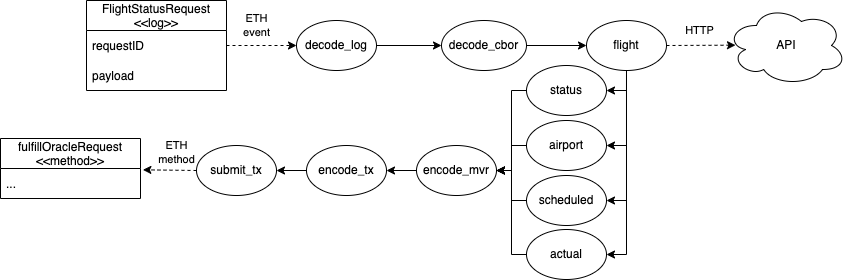
Before: assets/images/chainlink-oracle/oracle-job.png, a diagram exported from draw.io (sgerogia/sgerogia.github.io). Source tidied: cells renumbered, new cells last; positions are measured from the earlier drawing's top-left corner, leaving out a move shared by most shapes. The source it was exported from:
```xml
<mxGraphModel>
  <root>
    <mxCell id="0" />
    <mxCell id="1" parent="0" />
    <mxCell id="2" value="FlightStatusRequest&#10;&lt;&lt;log&gt;&gt;" style="swimlane;fontStyle=0;horizontal=1;startSize=30;" parent="1" vertex="1">
      <mxGeometry x="86" width="140" height="90" as="geometry" />
    </mxCell>
    <mxCell id="3" value="requestID" style="text;strokeColor=none;fillColor=none;align=left;verticalAlign=middle;spacingLeft=4;spacingRight=4;overflow=hidden;points=[[0,0.5],[1,0.5]];portConstraint=eastwest;" parent="2" vertex="1">
      <mxGeometry y="30" width="140" height="30" as="geometry" />
    </mxCell>
    <mxCell id="4" value="payload" style="text;strokeColor=none;fillColor=none;align=left;verticalAlign=middle;spacingLeft=4;spacingRight=4;overflow=hidden;" parent="2" vertex="1">
      <mxGeometry y="60" width="140" height="30" as="geometry" />
    </mxCell>
    <mxCell id="5" value="decode_log" style="ellipse;whiteSpace=wrap;html=1;" parent="1" vertex="1">
      <mxGeometry x="296" y="20" width="80" height="50" as="geometry" />
    </mxCell>
    <mxCell id="6" style="endArrow=classic;html=1;rounded=0;exitX=1;exitY=0.5;exitDx=0;exitDy=0;entryX=0;entryY=0.5;entryDx=0;entryDy=0;dashed=1;" parent="1" edge="1" source="3" target="5">
      <mxGeometry relative="1" as="geometry" />
    </mxCell>
    <mxCell id="7" value="ETH&lt;br&gt;event" style="edgeLabel;html=1;align=center;verticalAlign=middle;" parent="6" vertex="1">
      <mxGeometry x="-0.19" y="1" relative="1" as="geometry">
        <mxPoint x="2" y="-19" as="offset" />
      </mxGeometry>
    </mxCell>
    <mxCell id="8" value="decode_cbor" style="ellipse;whiteSpace=wrap;html=1;" parent="1" vertex="1">
      <mxGeometry x="441" y="20" width="85" height="50" as="geometry" />
    </mxCell>
    <mxCell id="9" value="flight" style="ellipse;whiteSpace=wrap;html=1;" parent="1" vertex="1">
      <mxGeometry x="586" y="20" width="80" height="50" as="geometry" />
    </mxCell>
    <mxCell id="10" style="endArrow=classic;html=1;rounded=0;entryX=0;entryY=0.5;entryDx=0;entryDy=0;exitX=1;exitY=0.5;exitDx=0;exitDy=0;" parent="1" edge="1" source="5" target="8">
      <mxGeometry relative="1" as="geometry" />
    </mxCell>
    <mxCell id="11" style="endArrow=classic;html=1;rounded=0;entryX=0;entryY=0.5;entryDx=0;entryDy=0;exitX=1;exitY=0.5;exitDx=0;exitDy=0;" parent="1" edge="1" source="8" target="9">
      <mxGeometry relative="1" as="geometry" />
    </mxCell>
    <mxCell id="12" value="API" style="ellipse;shape=cloud;whiteSpace=wrap;html=1;" parent="1" vertex="1">
      <mxGeometry x="726" y="5" width="120" height="80" as="geometry" />
    </mxCell>
    <mxCell id="13" style="endArrow=classic;html=1;rounded=0;entryX=0.075;entryY=0.496;entryDx=0;entryDy=0;entryPerimeter=0;exitX=1;exitY=0.5;exitDx=0;exitDy=0;dashed=1;" parent="1" edge="1" source="9" target="12">
      <mxGeometry relative="1" as="geometry" />
    </mxCell>
    <mxCell id="14" value="HTTP" style="edgeLabel;html=1;align=center;verticalAlign=middle;" parent="13" vertex="1">
      <mxGeometry x="-0.06" relative="1" as="geometry">
        <mxPoint y="-15" as="offset" />
      </mxGeometry>
    </mxCell>
    <mxCell id="15" value="status" style="ellipse;whiteSpace=wrap;html=1;" parent="1" vertex="1">
      <mxGeometry x="526" y="65" width="80" height="50" as="geometry" />
    </mxCell>
    <mxCell id="16" value="airport" style="ellipse;whiteSpace=wrap;html=1;" parent="1" vertex="1">
      <mxGeometry x="526" y="120" width="80" height="50" as="geometry" />
    </mxCell>
    <mxCell id="17" value="scheduled" style="ellipse;whiteSpace=wrap;html=1;" parent="1" vertex="1">
      <mxGeometry x="526" y="175" width="80" height="50" as="geometry" />
    </mxCell>
    <mxCell id="18" value="actual" style="ellipse;whiteSpace=wrap;html=1;" parent="1" vertex="1">
      <mxGeometry x="526" y="229" width="80" height="50" as="geometry" />
    </mxCell>
    <mxCell id="19" style="endArrow=classic;html=1;rounded=0;exitX=0.5;exitY=1;exitDx=0;exitDy=0;entryX=1;entryY=0.5;entryDx=0;entryDy=0;edgeStyle=orthogonalEdgeStyle;" parent="1" edge="1" source="9" target="15">
      <mxGeometry relative="1" as="geometry" />
    </mxCell>
    <mxCell id="20" style="endArrow=classic;html=1;rounded=0;entryX=1;entryY=0.5;entryDx=0;entryDy=0;edgeStyle=orthogonalEdgeStyle;" parent="1" edge="1" target="16">
      <mxGeometry relative="1" as="geometry">
        <mxPoint x="626" y="75" as="sourcePoint" />
        <Array as="points">
          <mxPoint x="626" y="145" />
        </Array>
      </mxGeometry>
    </mxCell>
    <mxCell id="21" style="endArrow=classic;html=1;rounded=0;entryX=1;entryY=0.5;entryDx=0;entryDy=0;edgeStyle=orthogonalEdgeStyle;exitX=0.5;exitY=1;exitDx=0;exitDy=0;" parent="1" edge="1" source="9" target="17">
      <mxGeometry relative="1" as="geometry">
        <Array as="points">
          <mxPoint x="626" y="200" />
        </Array>
      </mxGeometry>
    </mxCell>
    <mxCell id="22" style="endArrow=classic;html=1;rounded=0;exitX=0.5;exitY=1;exitDx=0;exitDy=0;entryX=1;entryY=0.5;entryDx=0;entryDy=0;edgeStyle=orthogonalEdgeStyle;" parent="1" edge="1" source="9" target="18">
      <mxGeometry relative="1" as="geometry" />
    </mxCell>
    <mxCell id="23" value="encode_mvr" style="ellipse;whiteSpace=wrap;html=1;" parent="1" vertex="1">
      <mxGeometry x="416" y="145" width="80" height="50" as="geometry" />
    </mxCell>
    <mxCell id="24" value="encode_tx" style="ellipse;whiteSpace=wrap;html=1;" parent="1" vertex="1">
      <mxGeometry x="306" y="145" width="80" height="50" as="geometry" />
    </mxCell>
    <mxCell id="25" value="submit_tx" style="ellipse;whiteSpace=wrap;html=1;" parent="1" vertex="1">
      <mxGeometry x="196" y="145" width="80" height="50" as="geometry" />
    </mxCell>
    <mxCell id="26" style="endArrow=classic;html=1;rounded=0;exitX=0;exitY=0.5;exitDx=0;exitDy=0;entryX=1;entryY=0.5;entryDx=0;entryDy=0;edgeStyle=orthogonalEdgeStyle;" parent="1" edge="1" source="15" target="23">
      <mxGeometry relative="1" as="geometry" />
    </mxCell>
    <mxCell id="27" style="endArrow=classic;html=1;rounded=0;exitX=0;exitY=0.5;exitDx=0;exitDy=0;entryX=1;entryY=0.5;entryDx=0;entryDy=0;edgeStyle=orthogonalEdgeStyle;" parent="1" edge="1" source="16" target="23">
      <mxGeometry relative="1" as="geometry" />
    </mxCell>
    <mxCell id="28" style="endArrow=classic;html=1;rounded=0;exitX=0;exitY=0.5;exitDx=0;exitDy=0;entryX=1;entryY=0.5;entryDx=0;entryDy=0;edgeStyle=orthogonalEdgeStyle;" parent="1" edge="1" source="17" target="23">
      <mxGeometry relative="1" as="geometry" />
    </mxCell>
    <mxCell id="29" style="endArrow=classic;html=1;rounded=0;exitX=0;exitY=0.5;exitDx=0;exitDy=0;entryX=1;entryY=0.5;entryDx=0;entryDy=0;edgeStyle=orthogonalEdgeStyle;" parent="1" edge="1" source="18" target="23">
      <mxGeometry relative="1" as="geometry" />
    </mxCell>
    <mxCell id="30" style="endArrow=classic;html=1;rounded=0;entryX=1;entryY=0.5;entryDx=0;entryDy=0;exitX=0;exitY=0.5;exitDx=0;exitDy=0;" parent="1" edge="1" source="23" target="24">
      <mxGeometry relative="1" as="geometry" />
    </mxCell>
    <mxCell id="31" style="endArrow=classic;html=1;rounded=0;entryX=1;entryY=0.5;entryDx=0;entryDy=0;exitX=0;exitY=0.5;exitDx=0;exitDy=0;" parent="1" edge="1" source="24" target="25">
      <mxGeometry relative="1" as="geometry" />
    </mxCell>
    <mxCell id="32" value="fulfillOracleRequest&#10;&lt;&lt;method&gt;&gt;" style="swimlane;fontStyle=0;horizontal=1;startSize=30;" parent="1" vertex="1">
      <mxGeometry y="138" width="140" height="60" as="geometry" />
    </mxCell>
    <mxCell id="33" value="..." style="text;strokeColor=none;fillColor=none;align=left;verticalAlign=middle;spacingLeft=4;spacingRight=4;overflow=hidden;points=[[0,0.5],[1,0.5]];portConstraint=eastwest;" parent="32" vertex="1">
      <mxGeometry y="30" width="140" height="30" as="geometry" />
    </mxCell>
    <mxCell id="34" style="endArrow=classic;html=1;rounded=0;exitX=0;exitY=0.5;exitDx=0;exitDy=0;entryX=1.017;entryY=0.044;entryDx=0;entryDy=0;dashed=1;entryPerimeter=0;" parent="1" edge="1" source="25" target="33">
      <mxGeometry relative="1" as="geometry" />
    </mxCell>
    <mxCell id="35" value="ETH&lt;br&gt;method" style="edgeLabel;html=1;align=center;verticalAlign=middle;" parent="34" vertex="1">
      <mxGeometry x="-0.19" y="1" relative="1" as="geometry">
        <mxPoint x="2" y="-19" as="offset" />
      </mxGeometry>
    </mxCell>
  </root>
</mxGraphModel>
```
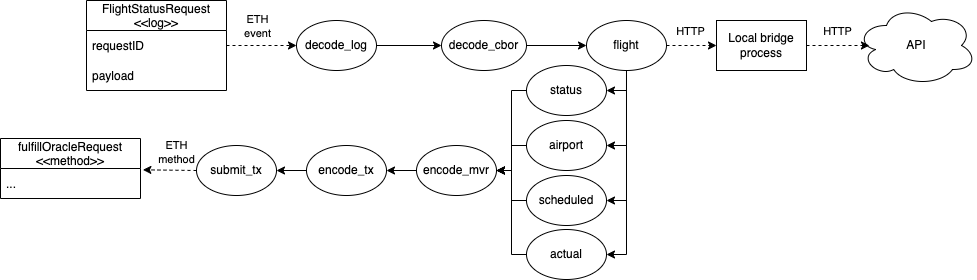
After the change.

Diff of the diagram source:
```diff
@@ -35,9 +35,9 @@
       <mxGeometry relative="1" as="geometry" />
     </mxCell>
     <mxCell id="12" value="API" style="ellipse;shape=cloud;whiteSpace=wrap;html=1;" parent="1" vertex="1">
-      <mxGeometry x="726" y="5" width="120" height="80" as="geometry" />
+      <mxGeometry x="856" y="5" width="120" height="80" as="geometry" />
     </mxCell>
-    <mxCell id="13" style="endArrow=classic;html=1;rounded=0;entryX=0.075;entryY=0.496;entryDx=0;entryDy=0;entryPerimeter=0;exitX=1;exitY=0.5;exitDx=0;exitDy=0;dashed=1;" parent="1" edge="1" source="9" target="12">
+    <mxCell id="13" style="endArrow=classic;html=1;rounded=0;entryX=0;entryY=0.5;entryDx=0;entryDy=0;exitX=1;exitY=0.5;exitDx=0;exitDy=0;dashed=1;" parent="1" edge="1" source="9" target="36">
       <mxGeometry relative="1" as="geometry" />
     </mxCell>
     <mxCell id="14" value="HTTP" style="edgeLabel;html=1;align=center;verticalAlign=middle;" parent="13" vertex="1">
@@ -119,5 +119,16 @@
         <mxPoint x="2" y="-19" as="offset" />
       </mxGeometry>
     </mxCell>
+    <mxCell id="36" value="Local bridge process" style="rounded=0;whiteSpace=wrap;html=1;" parent="1" vertex="1">
+      <mxGeometry x="716" y="20" width="90" height="50" as="geometry" />
+    </mxCell>
+    <mxCell id="37" style="endArrow=classic;html=1;rounded=0;entryX=0.108;entryY=0.5;entryDx=0;entryDy=0;exitX=1;exitY=0.5;exitDx=0;exitDy=0;dashed=1;entryPerimeter=0;" parent="1" edge="1" source="36" target="12">
+      <mxGeometry relative="1" as="geometry" />
+    </mxCell>
+    <mxCell id="38" value="HTTP" style="edgeLabel;html=1;align=center;verticalAlign=middle;" parent="37" vertex="1">
+      <mxGeometry x="-0.06" relative="1" as="geometry">
+        <mxPoint y="-15" as="offset" />
+      </mxGeometry>
+    </mxCell>
   </root>
 </mxGraphModel>
```
